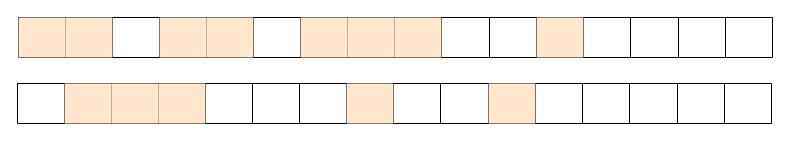
This is bitmap.drawio from mdsf22/bitmap, a draw.io file, before an edit. Source tidied: cells renumbered, new cells numbered last; positions are measured from the earlier drawing's top-left corner, leaving out a move shared by most shapes. Both pictures are drawn from the tidied source at 100%, with x=0, y=0 at pixel (17, 17).
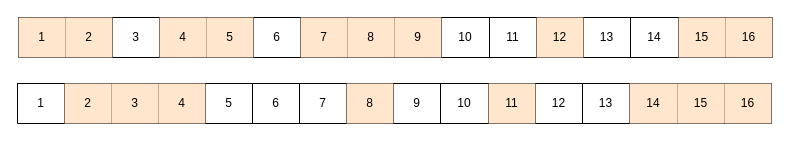
The same page after the edit.

Unchanged cells that the change refers to:
```xml
<mxCell id="3" style="shape=tableRow;horizontal=0;startSize=0;swimlaneHead=0;swimlaneBody=0;top=0;left=0;bottom=0;right=0;fillColor=none;" parent="2" vertex="1">
  <mxGeometry width="754" height="40" as="geometry" />
</mxCell>
<mxCell id="21" style="shape=tableRow;horizontal=0;startSize=0;swimlaneHead=0;swimlaneBody=0;top=0;left=0;bottom=0;right=0;fillColor=none;" parent="20" vertex="1">
  <mxGeometry width="754" height="40" as="geometry" />
</mxCell>
```

The edit, as a diff of the source:
```diff
@@
-    <mxCell id="4" style="shape=partialRectangle;html=1;whiteSpace=wrap;fillColor=#ffe6cc;top=0;left=0;bottom=0;right=0;overflow=hidden;strokeColor=#d79b00;" parent="3" vertex="1">
+    <mxCell id="4" value="1" style="shape=partialRectangle;html=1;whiteSpace=wrap;fillColor=#ffe6cc;top=0;left=0;bottom=0;right=0;overflow=hidden;strokeColor=#d79b00;" parent="3" vertex="1">
       <mxGeometry width="47" height="40" as="geometry" />
     </mxCell>
-    <mxCell id="5" style="shape=partialRectangle;html=1;whiteSpace=wrap;fillColor=#ffe6cc;top=0;left=0;bottom=0;right=0;overflow=hidden;strokeColor=#d79b00;" parent="3" vertex="1">
+    <mxCell id="5" value="2" style="shape=partialRectangle;html=1;whiteSpace=wrap;fillColor=#ffe6cc;top=0;left=0;bottom=0;right=0;overflow=hidden;strokeColor=#d79b00;" parent="3" vertex="1">
       <mxGeometry x="47" width="47" height="40" as="geometry" />
     </mxCell>
-    <mxCell id="6" style="shape=partialRectangle;html=1;whiteSpace=wrap;fillColor=none;top=0;left=0;bottom=0;right=0;overflow=hidden;" parent="3" vertex="1">
+    <mxCell id="6" value="3" style="shape=partialRectangle;html=1;whiteSpace=wrap;fillColor=none;top=0;left=0;bottom=0;right=0;overflow=hidden;" parent="3" vertex="1">
       <mxGeometry x="94" width="47" height="40" as="geometry" />
     </mxCell>
-    <mxCell id="7" style="shape=partialRectangle;html=1;whiteSpace=wrap;fillColor=#ffe6cc;top=0;left=0;bottom=0;right=0;overflow=hidden;strokeColor=#d79b00;" parent="3" vertex="1">
+    <mxCell id="7" value="4" style="shape=partialRectangle;html=1;whiteSpace=wrap;fillColor=#ffe6cc;top=0;left=0;bottom=0;right=0;overflow=hidden;strokeColor=#d79b00;" parent="3" vertex="1">
       <mxGeometry x="141" width="47" height="40" as="geometry" />
     </mxCell>
-    <mxCell id="8" style="shape=partialRectangle;html=1;whiteSpace=wrap;fillColor=#ffe6cc;top=0;left=0;bottom=0;right=0;overflow=hidden;strokeColor=#d79b00;" parent="3" vertex="1">
+    <mxCell id="8" value="5" style="shape=partialRectangle;html=1;whiteSpace=wrap;fillColor=#ffe6cc;top=0;left=0;bottom=0;right=0;overflow=hidden;strokeColor=#d79b00;" parent="3" vertex="1">
       <mxGeometry x="188" width="47" height="40" as="geometry" />
     </mxCell>
-    <mxCell id="9" style="shape=partialRectangle;html=1;whiteSpace=wrap;fillColor=none;top=0;left=0;bottom=0;right=0;overflow=hidden;" parent="3" vertex="1">
+    <mxCell id="9" value="6" style="shape=partialRectangle;html=1;whiteSpace=wrap;fillColor=none;top=0;left=0;bottom=0;right=0;overflow=hidden;" parent="3" vertex="1">
       <mxGeometry x="235" width="47" height="40" as="geometry" />
     </mxCell>
-    <mxCell id="10" style="shape=partialRectangle;html=1;whiteSpace=wrap;fillColor=#ffe6cc;top=0;left=0;bottom=0;right=0;overflow=hidden;strokeColor=#d79b00;" parent="3" vertex="1">
+    <mxCell id="10" value="7" style="shape=partialRectangle;html=1;whiteSpace=wrap;fillColor=#ffe6cc;top=0;left=0;bottom=0;right=0;overflow=hidden;strokeColor=#d79b00;" parent="3" vertex="1">
       <mxGeometry x="282" width="47" height="40" as="geometry" />
     </mxCell>
-    <mxCell id="11" style="shape=partialRectangle;html=1;whiteSpace=wrap;fillColor=#ffe6cc;top=0;left=0;bottom=0;right=0;overflow=hidden;strokeColor=#d79b00;" parent="3" vertex="1">
+    <mxCell id="11" value="8" style="shape=partialRectangle;html=1;whiteSpace=wrap;fillColor=#ffe6cc;top=0;left=0;bottom=0;right=0;overflow=hidden;strokeColor=#d79b00;" parent="3" vertex="1">
       <mxGeometry x="329" width="47" height="40" as="geometry" />
     </mxCell>
-    <mxCell id="12" style="shape=partialRectangle;html=1;whiteSpace=wrap;fillColor=#ffe6cc;top=0;left=0;bottom=0;right=0;overflow=hidden;strokeColor=#d79b00;" parent="3" vertex="1">
+    <mxCell id="12" value="9" style="shape=partialRectangle;html=1;whiteSpace=wrap;fillColor=#ffe6cc;top=0;left=0;bottom=0;right=0;overflow=hidden;strokeColor=#d79b00;" parent="3" vertex="1">
       <mxGeometry x="376" width="47" height="40" as="geometry" />
     </mxCell>
-    <mxCell id="13" style="shape=partialRectangle;html=1;whiteSpace=wrap;fillColor=none;top=0;left=0;bottom=0;right=0;overflow=hidden;" parent="3" vertex="1">
+    <mxCell id="13" value="10" style="shape=partialRectangle;html=1;whiteSpace=wrap;fillColor=none;top=0;left=0;bottom=0;right=0;overflow=hidden;" parent="3" vertex="1">
       <mxGeometry x="423" width="48" height="40" as="geometry" />
     </mxCell>
-    <mxCell id="14" style="shape=partialRectangle;html=1;whiteSpace=wrap;fillColor=none;top=0;left=0;bottom=0;right=0;overflow=hidden;" parent="3" vertex="1">
+    <mxCell id="14" value="11" style="shape=partialRectangle;html=1;whiteSpace=wrap;fillColor=none;top=0;left=0;bottom=0;right=0;overflow=hidden;" parent="3" vertex="1">
       <mxGeometry x="471" width="47" height="40" as="geometry" />
     </mxCell>
-    <mxCell id="15" style="shape=partialRectangle;html=1;whiteSpace=wrap;fillColor=#ffe6cc;top=0;left=0;bottom=0;right=0;overflow=hidden;strokeColor=#d79b00;" parent="3" vertex="1">
+    <mxCell id="15" value="12" style="shape=partialRectangle;html=1;whiteSpace=wrap;fillColor=#ffe6cc;top=0;left=0;bottom=0;right=0;overflow=hidden;strokeColor=#d79b00;" parent="3" vertex="1">
       <mxGeometry x="518" width="47" height="40" as="geometry" />
     </mxCell>
-    <mxCell id="16" style="shape=partialRectangle;html=1;whiteSpace=wrap;fillColor=none;top=0;left=0;bottom=0;right=0;overflow=hidden;" parent="3" vertex="1">
+    <mxCell id="16" value="13" style="shape=partialRectangle;html=1;whiteSpace=wrap;fillColor=none;top=0;left=0;bottom=0;right=0;overflow=hidden;" parent="3" vertex="1">
       <mxGeometry x="565" width="47" height="40" as="geometry" />
     </mxCell>
-    <mxCell id="17" style="shape=partialRectangle;html=1;whiteSpace=wrap;fillColor=none;top=0;left=0;bottom=0;right=0;overflow=hidden;" parent="3" vertex="1">
+    <mxCell id="17" value="14" style="shape=partialRectangle;html=1;whiteSpace=wrap;fillColor=none;top=0;left=0;bottom=0;right=0;overflow=hidden;" parent="3" vertex="1">
       <mxGeometry x="612" width="48" height="40" as="geometry" />
     </mxCell>
-    <mxCell id="18" style="shape=partialRectangle;html=1;whiteSpace=wrap;fillColor=none;top=0;left=0;bottom=0;right=0;overflow=hidden;" parent="3" vertex="1">
+    <mxCell id="18" value="15" style="shape=partialRectangle;html=1;whiteSpace=wrap;fillColor=#ffe6cc;top=0;left=0;bottom=0;right=0;overflow=hidden;strokeColor=#d79b00;" parent="3" vertex="1">
       <mxGeometry x="660" width="47" height="40" as="geometry" />
     </mxCell>
-    <mxCell id="19" style="shape=partialRectangle;html=1;whiteSpace=wrap;fillColor=none;top=0;left=0;bottom=0;right=0;overflow=hidden;" parent="3" vertex="1">
+    <mxCell id="19" value="16" style="shape=partialRectangle;html=1;whiteSpace=wrap;fillColor=#ffe6cc;top=0;left=0;bottom=0;right=0;overflow=hidden;strokeColor=#d79b00;" parent="3" vertex="1">
       <mxGeometry x="707" width="47" height="40" as="geometry" />
     </mxCell>
@@
-    <mxCell id="22" style="shape=partialRectangle;html=1;whiteSpace=wrap;fillColor=none;top=0;left=0;bottom=0;right=0;overflow=hidden;" parent="21" vertex="1">
+    <mxCell id="22" value="1" style="shape=partialRectangle;html=1;whiteSpace=wrap;fillColor=none;top=0;left=0;bottom=0;right=0;overflow=hidden;" parent="21" vertex="1">
       <mxGeometry width="47" height="40" as="geometry" />
     </mxCell>
-    <mxCell id="23" style="shape=partialRectangle;html=1;whiteSpace=wrap;fillColor=#ffe6cc;top=0;left=0;bottom=0;right=0;overflow=hidden;strokeColor=#d79b00;" parent="21" vertex="1">
+    <mxCell id="23" value="2" style="shape=partialRectangle;html=1;whiteSpace=wrap;fillColor=#ffe6cc;top=0;left=0;bottom=0;right=0;overflow=hidden;strokeColor=#d79b00;" parent="21" vertex="1">
       <mxGeometry x="47" width="47" height="40" as="geometry" />
     </mxCell>
-    <mxCell id="24" style="shape=partialRectangle;html=1;whiteSpace=wrap;fillColor=#ffe6cc;top=0;left=0;bottom=0;right=0;overflow=hidden;strokeColor=#d79b00;" parent="21" vertex="1">
+    <mxCell id="24" value="3" style="shape=partialRectangle;html=1;whiteSpace=wrap;fillColor=#ffe6cc;top=0;left=0;bottom=0;right=0;overflow=hidden;strokeColor=#d79b00;" parent="21" vertex="1">
       <mxGeometry x="94" width="47" height="40" as="geometry" />
     </mxCell>
-    <mxCell id="25" style="shape=partialRectangle;html=1;whiteSpace=wrap;fillColor=#ffe6cc;top=0;left=0;bottom=0;right=0;overflow=hidden;strokeColor=#d79b00;" parent="21" vertex="1">
+    <mxCell id="25" value="4" style="shape=partialRectangle;html=1;whiteSpace=wrap;fillColor=#ffe6cc;top=0;left=0;bottom=0;right=0;overflow=hidden;strokeColor=#d79b00;" parent="21" vertex="1">
       <mxGeometry x="141" width="47" height="40" as="geometry" />
     </mxCell>
-    <mxCell id="26" style="shape=partialRectangle;html=1;whiteSpace=wrap;fillColor=none;top=0;left=0;bottom=0;right=0;overflow=hidden;" parent="21" vertex="1">
+    <mxCell id="26" value="5" style="shape=partialRectangle;html=1;whiteSpace=wrap;fillColor=none;top=0;left=0;bottom=0;right=0;overflow=hidden;" parent="21" vertex="1">
       <mxGeometry x="188" width="47" height="40" as="geometry" />
     </mxCell>
-    <mxCell id="27" style="shape=partialRectangle;html=1;whiteSpace=wrap;fillColor=none;top=0;left=0;bottom=0;right=0;overflow=hidden;" parent="21" vertex="1">
+    <mxCell id="27" value="6" style="shape=partialRectangle;html=1;whiteSpace=wrap;fillColor=none;top=0;left=0;bottom=0;right=0;overflow=hidden;" parent="21" vertex="1">
       <mxGeometry x="235" width="47" height="40" as="geometry" />
     </mxCell>
-    <mxCell id="28" style="shape=partialRectangle;html=1;whiteSpace=wrap;fillColor=none;top=0;left=0;bottom=0;right=0;overflow=hidden;" parent="21" vertex="1">
+    <mxCell id="28" value="7" style="shape=partialRectangle;html=1;whiteSpace=wrap;fillColor=none;top=0;left=0;bottom=0;right=0;overflow=hidden;" parent="21" vertex="1">
       <mxGeometry x="282" width="47" height="40" as="geometry" />
     </mxCell>
-    <mxCell id="29" style="shape=partialRectangle;html=1;whiteSpace=wrap;fillColor=#ffe6cc;top=0;left=0;bottom=0;right=0;overflow=hidden;strokeColor=#d79b00;" parent="21" vertex="1">
+    <mxCell id="29" value="8" style="shape=partialRectangle;html=1;whiteSpace=wrap;fillColor=#ffe6cc;top=0;left=0;bottom=0;right=0;overflow=hidden;strokeColor=#d79b00;" parent="21" vertex="1">
       <mxGeometry x="329" width="47" height="40" as="geometry" />
     </mxCell>
-    <mxCell id="30" style="shape=partialRectangle;html=1;whiteSpace=wrap;fillColor=none;top=0;left=0;bottom=0;right=0;overflow=hidden;" parent="21" vertex="1">
+    <mxCell id="30" value="9" style="shape=partialRectangle;html=1;whiteSpace=wrap;fillColor=none;top=0;left=0;bottom=0;right=0;overflow=hidden;" parent="21" vertex="1">
       <mxGeometry x="376" width="47" height="40" as="geometry" />
     </mxCell>
-    <mxCell id="31" style="shape=partialRectangle;html=1;whiteSpace=wrap;fillColor=none;top=0;left=0;bottom=0;right=0;overflow=hidden;" parent="21" vertex="1">
+    <mxCell id="31" value="10" style="shape=partialRectangle;html=1;whiteSpace=wrap;fillColor=none;top=0;left=0;bottom=0;right=0;overflow=hidden;" parent="21" vertex="1">
       <mxGeometry x="423" width="48" height="40" as="geometry" />
     </mxCell>
-    <mxCell id="32" style="shape=partialRectangle;html=1;whiteSpace=wrap;fillColor=#ffe6cc;top=0;left=0;bottom=0;right=0;overflow=hidden;strokeColor=#d79b00;" parent="21" vertex="1">
+    <mxCell id="32" value="11" style="shape=partialRectangle;html=1;whiteSpace=wrap;fillColor=#ffe6cc;top=0;left=0;bottom=0;right=0;overflow=hidden;strokeColor=#d79b00;" parent="21" vertex="1">
       <mxGeometry x="471" width="47" height="40" as="geometry" />
     </mxCell>
-    <mxCell id="33" style="shape=partialRectangle;html=1;whiteSpace=wrap;fillColor=none;top=0;left=0;bottom=0;right=0;overflow=hidden;" parent="21" vertex="1">
+    <mxCell id="33" value="12" style="shape=partialRectangle;html=1;whiteSpace=wrap;fillColor=none;top=0;left=0;bottom=0;right=0;overflow=hidden;" parent="21" vertex="1">
       <mxGeometry x="518" width="47" height="40" as="geometry" />
     </mxCell>
-    <mxCell id="34" style="shape=partialRectangle;html=1;whiteSpace=wrap;fillColor=none;top=0;left=0;bottom=0;right=0;overflow=hidden;" parent="21" vertex="1">
+    <mxCell id="34" value="13" style="shape=partialRectangle;html=1;whiteSpace=wrap;fillColor=none;top=0;left=0;bottom=0;right=0;overflow=hidden;" parent="21" vertex="1">
       <mxGeometry x="565" width="47" height="40" as="geometry" />
     </mxCell>
-    <mxCell id="35" style="shape=partialRectangle;html=1;whiteSpace=wrap;fillColor=none;top=0;left=0;bottom=0;right=0;overflow=hidden;" parent="21" vertex="1">
+    <mxCell id="35" value="14" style="shape=partialRectangle;html=1;whiteSpace=wrap;fillColor=#ffe6cc;top=0;left=0;bottom=0;right=0;overflow=hidden;strokeColor=#d79b00;" parent="21" vertex="1">
       <mxGeometry x="612" width="48" height="40" as="geometry" />
     </mxCell>
-    <mxCell id="36" style="shape=partialRectangle;html=1;whiteSpace=wrap;fillColor=none;top=0;left=0;bottom=0;right=0;overflow=hidden;" parent="21" vertex="1">
+    <mxCell id="36" value="15" style="shape=partialRectangle;html=1;whiteSpace=wrap;fillColor=#ffe6cc;top=0;left=0;bottom=0;right=0;overflow=hidden;strokeColor=#d79b00;" parent="21" vertex="1">
       <mxGeometry x="660" width="47" height="40" as="geometry" />
     </mxCell>
-    <mxCell id="37" style="shape=partialRectangle;html=1;whiteSpace=wrap;fillColor=none;top=0;left=0;bottom=0;right=0;overflow=hidden;" parent="21" vertex="1">
+    <mxCell id="37" value="16" style="shape=partialRectangle;html=1;whiteSpace=wrap;fillColor=#ffe6cc;top=0;left=0;bottom=0;right=0;overflow=hidden;strokeColor=#d79b00;" parent="21" vertex="1">
       <mxGeometry x="707" width="47" height="40" as="geometry" />
     </mxCell>
```
